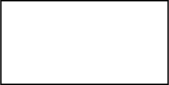
Above: diagrams/Index.drawio.svg in gothinkster/realworld-starter-kit (draw.io), before the change. Source tidied: cells renumbered, new cells last; positions are measured from the earlier drawing's top-left corner, leaving out a move shared by most shapes.
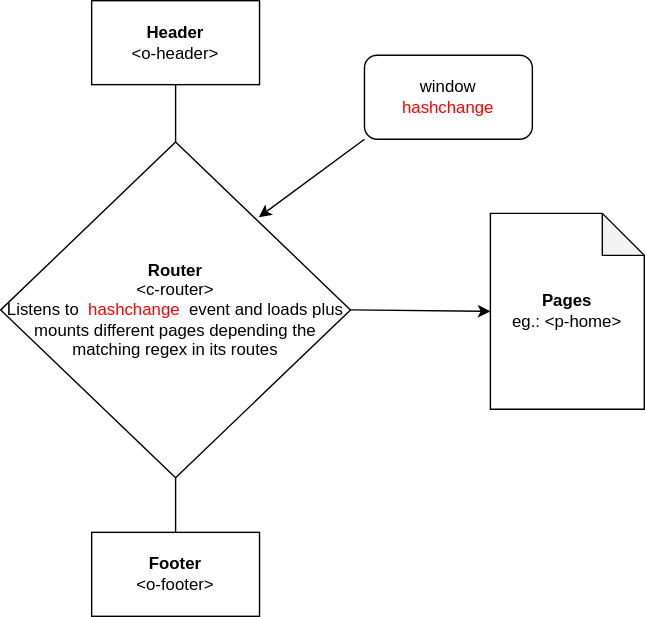
Above is the later version.

Diff of the diagram source:
```diff
@@ -2,8 +2,32 @@
   <root>
     <mxCell id="0" />
     <mxCell id="1" parent="0" />
-    <mxCell id="2" style="whiteSpace=wrap;html=1;" parent="1" vertex="1">
+    <mxCell id="2" value="&lt;b&gt;Header&lt;/b&gt;&lt;br&gt;&amp;lt;o-header&amp;gt;" style="whiteSpace=wrap;html=1;" parent="1" vertex="1">
       <mxGeometry width="120" height="60" as="geometry" />
     </mxCell>
+    <mxCell id="3" value="&lt;b&gt;Footer&lt;/b&gt;&lt;br&gt;&amp;lt;o-footer&amp;gt;" style="whiteSpace=wrap;html=1;" parent="1" vertex="1">
+      <mxGeometry y="380" width="120" height="60" as="geometry" />
+    </mxCell>
+    <mxCell id="4" value="&lt;span&gt;&lt;b&gt;Router&lt;/b&gt;&lt;/span&gt;&lt;br&gt;&lt;span&gt;&amp;lt;c-router&amp;gt;&lt;/span&gt;&lt;br&gt;&lt;span&gt;Listens to&amp;nbsp;&lt;/span&gt;&lt;font color=&quot;#ff0000&quot;&gt;hashchange&lt;/font&gt;&lt;span&gt;&amp;nbsp;event and loads plus mounts different pages depending the matching regex in its routes&lt;/span&gt;" style="rhombus;whiteSpace=wrap;html=1;" parent="1" vertex="1">
+      <mxGeometry x="-65" y="101" width="250" height="240" as="geometry" />
+    </mxCell>
+    <mxCell id="5" value="&lt;span&gt;&lt;b&gt;Pages&lt;/b&gt;&lt;/span&gt;&lt;br&gt;&lt;span&gt;eg.: &amp;lt;p-home&amp;gt;&lt;/span&gt;" style="shape=note;whiteSpace=wrap;html=1;backgroundOutline=1;darkOpacity=0.05;" parent="1" vertex="1">
+      <mxGeometry x="285" y="152" width="110" height="140" as="geometry" />
+    </mxCell>
+    <mxCell id="6" style="endArrow=none;html=1;exitX=0.5;exitY=0;exitDx=0;exitDy=0;entryX=0.5;entryY=1;entryDx=0;entryDy=0;" parent="1" edge="1" source="3" target="4">
+      <mxGeometry relative="1" as="geometry" />
+    </mxCell>
+    <mxCell id="7" style="endArrow=none;html=1;exitX=0.5;exitY=0;exitDx=0;exitDy=0;" parent="1" edge="1" source="4" target="2">
+      <mxGeometry relative="1" as="geometry" />
+    </mxCell>
+    <mxCell id="8" style="endArrow=classic;html=1;exitX=1;exitY=0.5;exitDx=0;exitDy=0;entryX=0;entryY=0.5;entryDx=0;entryDy=0;entryPerimeter=0;" parent="1" edge="1" source="4" target="5">
+      <mxGeometry relative="1" as="geometry" />
+    </mxCell>
+    <mxCell id="9" value="window&lt;br&gt;&lt;span style=&quot;color: rgb(255 , 0 , 0)&quot;&gt;hashchange&lt;/span&gt;" style="rounded=1;whiteSpace=wrap;html=1;" parent="1" vertex="1">
+      <mxGeometry x="195" y="39" width="120" height="60" as="geometry" />
+    </mxCell>
+    <mxCell id="10" style="endArrow=classic;html=1;entryX=0.738;entryY=0.224;entryDx=0;entryDy=0;entryPerimeter=0;exitX=0;exitY=1;exitDx=0;exitDy=0;" parent="1" edge="1" source="9" target="4">
+      <mxGeometry relative="1" as="geometry" />
+    </mxCell>
   </root>
 </mxGraphModel>
```
